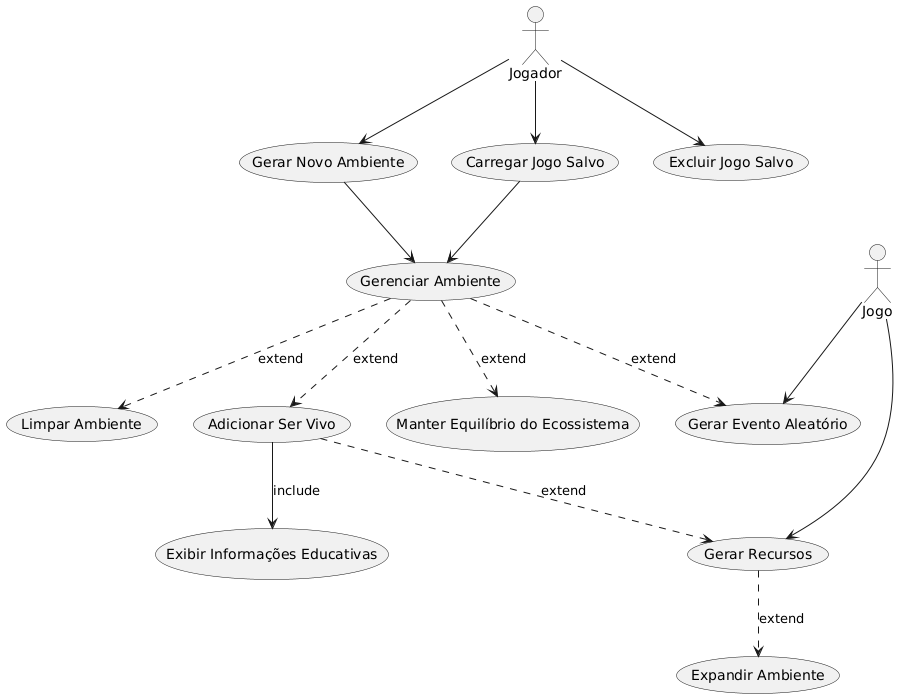
Above: Docs/Diagrams/Use-Case-Diagram.png in Ataky-0/feed-the-sea (PlantUML), before the change.
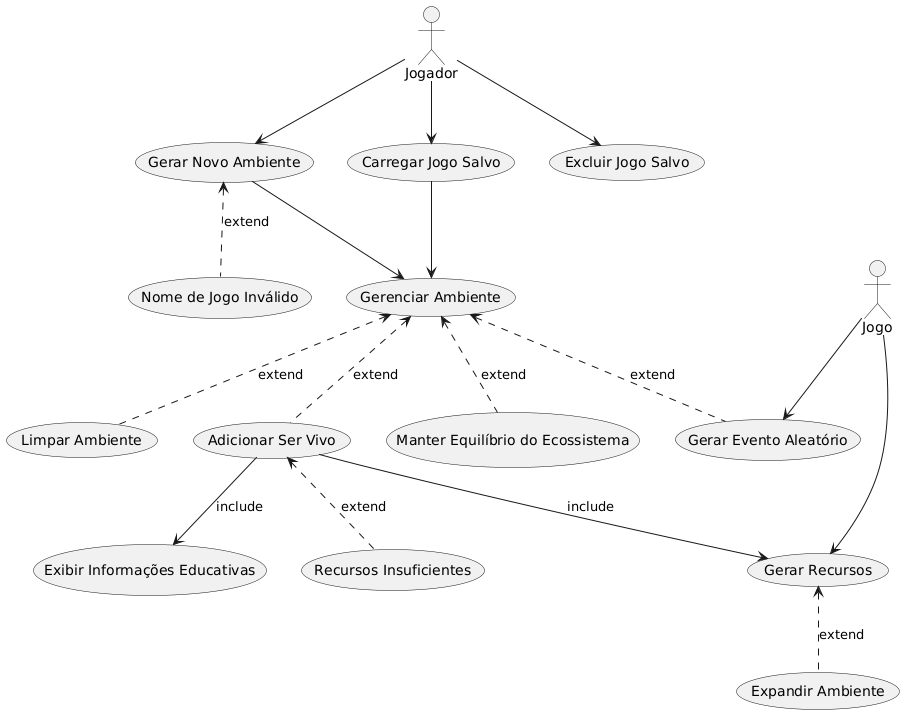
The same file after the commit.

Commit message:
docs: extend class and use case diagrams with new cases and attributes

What changed in the source:
```diff
@@ -4,22 +4,27 @@
 usecase "Gerar Novo Ambiente" as GerarAmbiente
 usecase "Carregar Jogo Salvo" as CarregarJogo
 usecase "Excluir Jogo Salvo" as ExcluirJogo
+usecase "Nome de Jogo Inválido" as NomeInvalido
 usecase "Gerenciar Ambiente" as GerenciarAmbiente
 usecase "Limpar Ambiente" as LimparAmbiente
 usecase "Adicionar Ser Vivo" as AdicionarSer
 usecase "Exibir Informações Educativas" as Informacoes
+usecase "Recursos Insuficientes" as RecursosInsuficientes
 usecase "Manter Equilíbrio do Ecossistema" as Equilibrio
-
-GerarAmbiente --> GerenciarAmbiente
-CarregarJogo --> GerenciarAmbiente
-GerenciarAmbiente ..> AdicionarSer : extend
-GerenciarAmbiente ..> LimparAmbiente : extend
-GerenciarAmbiente ..> Equilibrio : extend
-AdicionarSer --> Informacoes : include
 
 Jogador --> GerarAmbiente
 Jogador --> CarregarJogo
 Jogador --> ExcluirJogo
+
+GerarAmbiente --> GerenciarAmbiente
+GerarAmbiente <.. NomeInvalido : extend
+CarregarJogo --> GerenciarAmbiente
+GerenciarAmbiente <.. AdicionarSer : extend
+GerenciarAmbiente <.. LimparAmbiente : extend
+GerenciarAmbiente <.. Equilibrio : extend
+AdicionarSer --> Informacoes : include
+AdicionarSer <.. RecursosInsuficientes : extend
+
 
 actor Jogo
 
@@ -27,9 +32,9 @@
 usecase "Gerar Evento Aleatório" as EventoAleatorio
 usecase "Expandir Ambiente" as ExpandirAmbiente
 
-GerenciarAmbiente ..> EventoAleatorio : extend
-AdicionarSer ..> GerarRecursos : extend
-GerarRecursos ..> ExpandirAmbiente : extend
+GerenciarAmbiente <.. EventoAleatorio : extend
+AdicionarSer --> GerarRecursos : include
+GerarRecursos <.. ExpandirAmbiente : extend
 
 Jogo --> GerarRecursos
 Jogo --> EventoAleatorio
```
